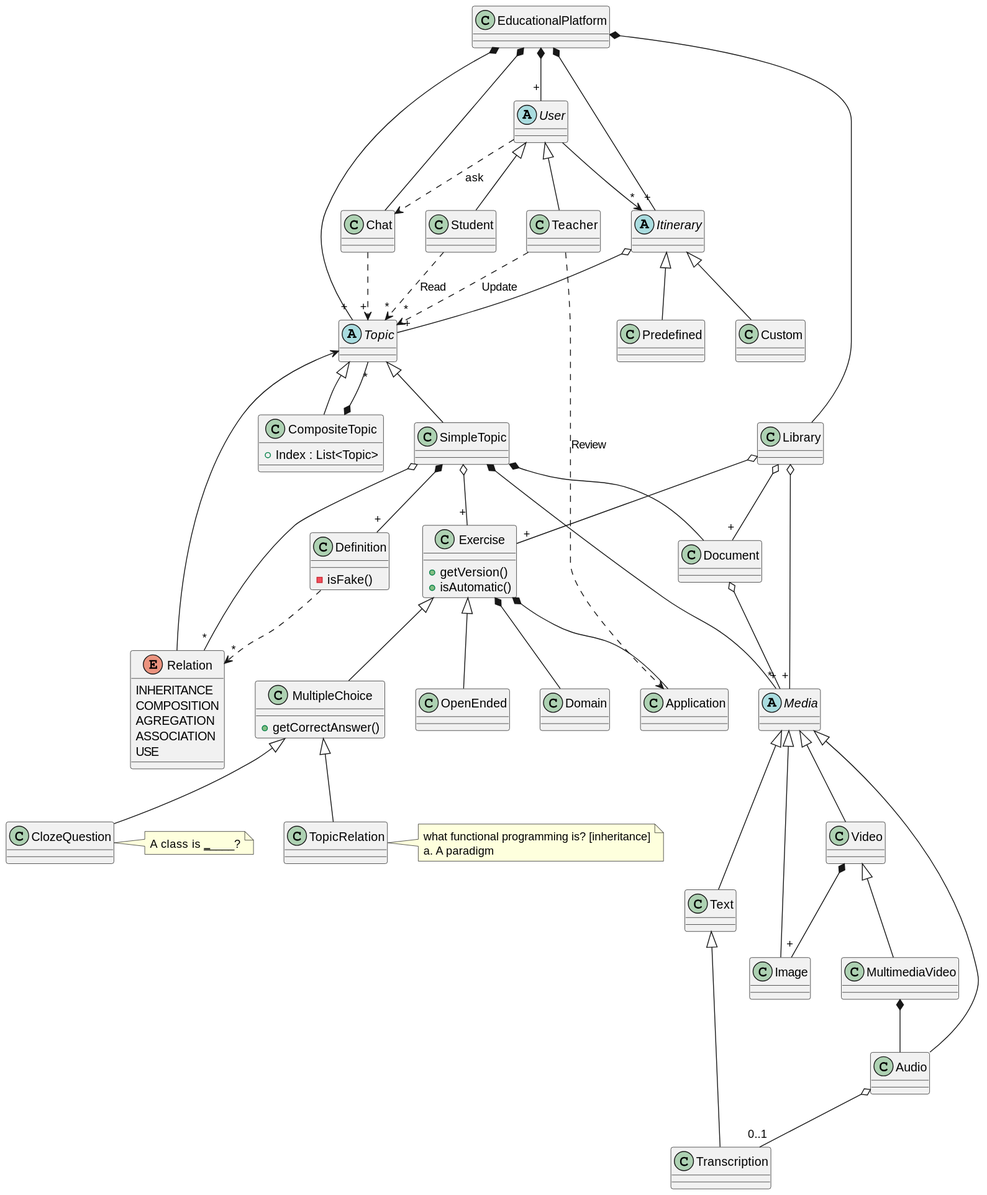
The PlantUML diagram out/Diagrams/EducationPlatform/v2-e-platform/v2-e-platform.svg in jumpering/lab-turing, before a commit.
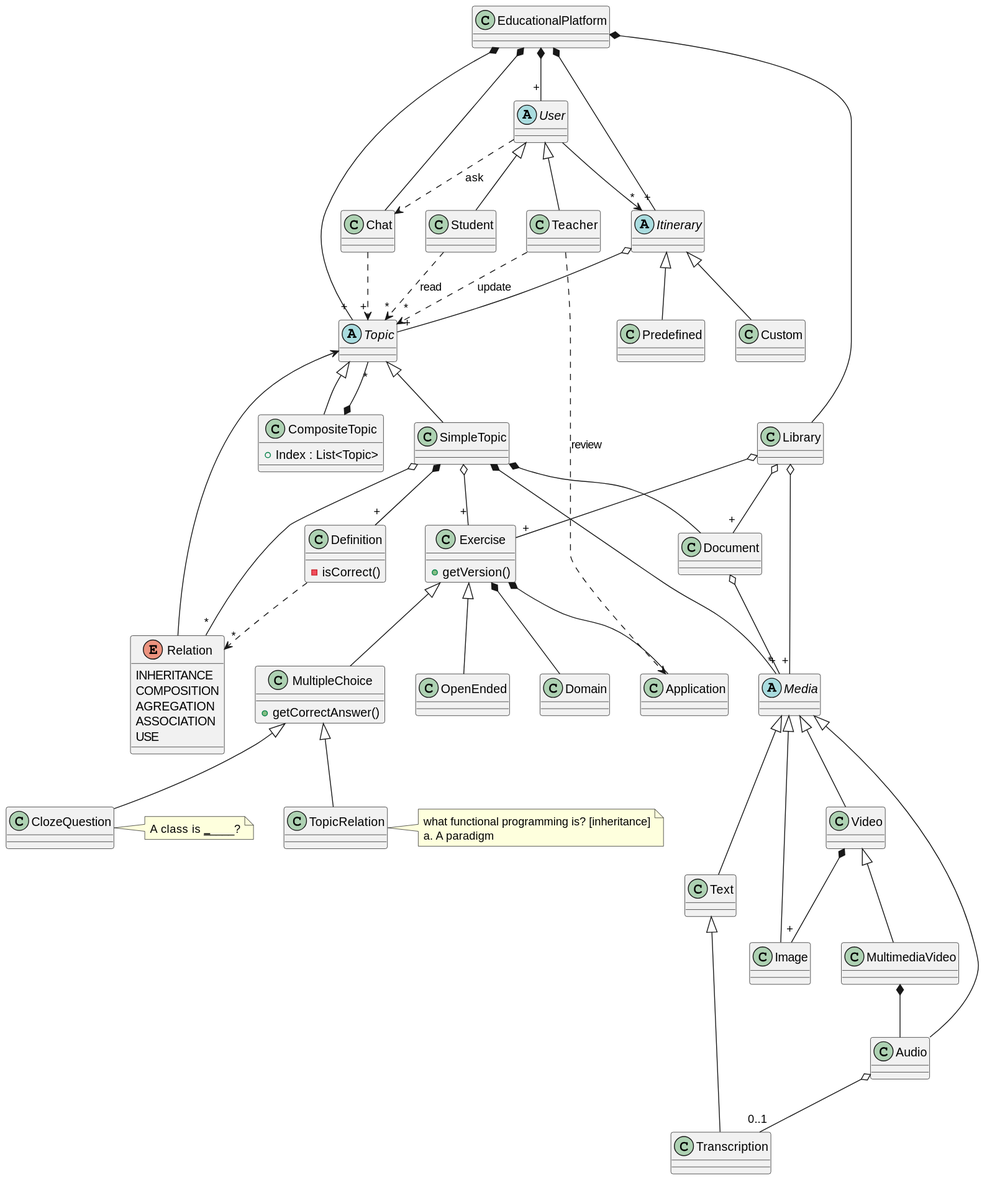
Later version of the same file.

Diff of the diagram source:
```diff
@@ -35,10 +35,10 @@
 Video *-- "+" Image
 Video <|-- MultimediaVideo
 
-Teacher ..> "*" Topic: Update
-Teacher ..> Application: Review
+Teacher ..> "*" Topic: update
+Teacher ..> Application: review
 
-Student ..> "*" Topic: Read
+Student ..> "*" Topic: read
 
 abstract Itinerary{
 }
@@ -49,7 +49,6 @@
 
 class Exercise{
      + getVersion()
-     + isAutomatic()
 }
 
 Exercise *-- Domain
@@ -86,7 +85,7 @@
 Relation --> Topic
 
 class Definition{
-    - isFake()
+    - isCorrect()
 }
 
 Definition ..> "*" Relation
```
